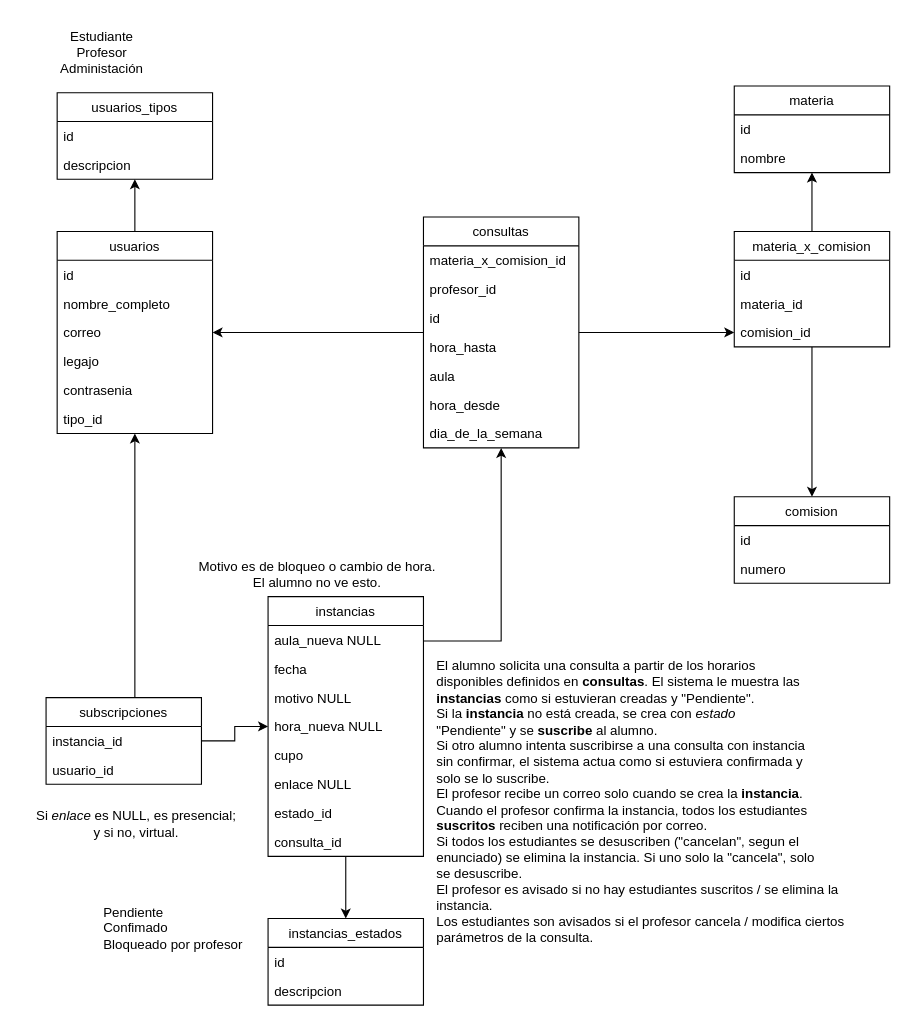
Earlier version of the draw.io diagram Diagrama de Dominio.drawio (c3r38r170/UTN-2022-Entornos-Gr-ficos-Grupo-1). Source tidied: cells renumbered, new cells numbered last; positions are measured from the earlier drawing's top-left corner, leaving out a move shared by most shapes. Both pictures are drawn from the tidied source at 111%, with x=0, y=0 at pixel (19, 19).
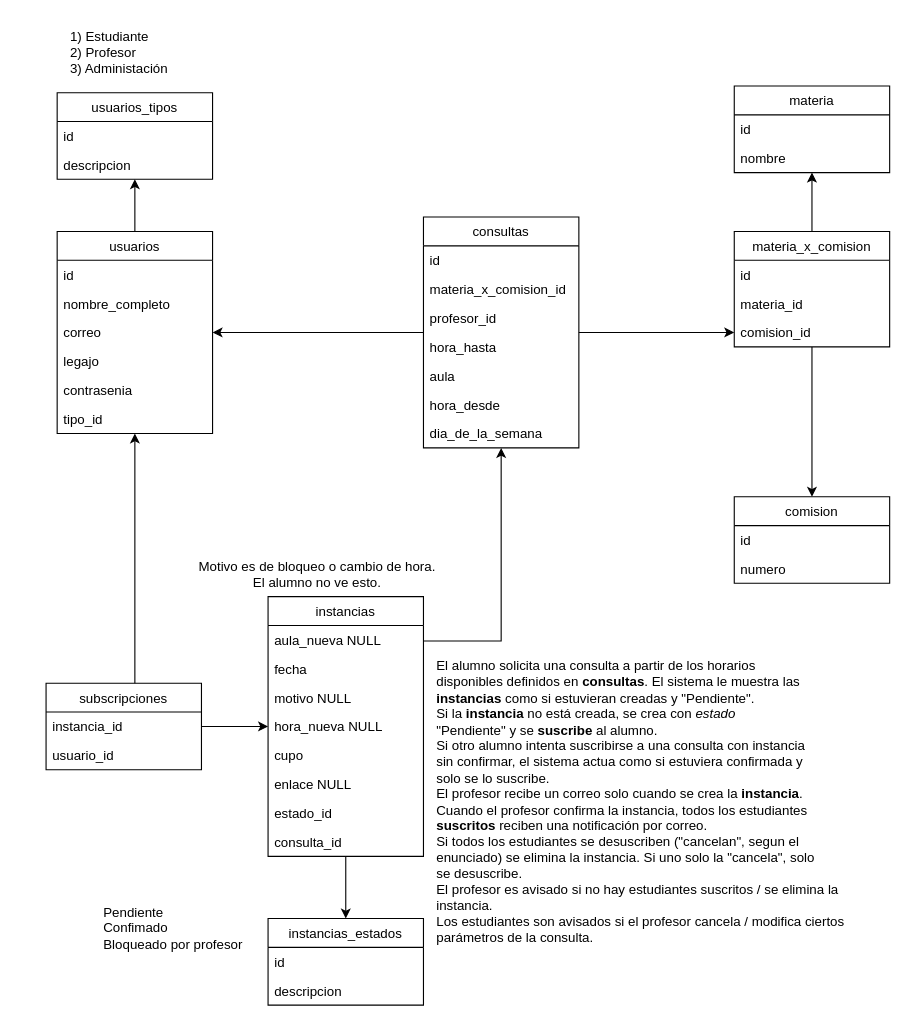
The same diagram, later.

Unchanged cells that the change refers to:
```xml
<mxCell id="27" value="consultas" style="swimlane;fontStyle=0;horizontal=1;startSize=26;fillColor=none;" parent="1" vertex="1">
  <mxGeometry x="364" y="178" width="140" height="208" as="geometry" />
</mxCell>
```

What changed in the source:
```diff
@@
+    <mxCell id="30" value="id" style="text;strokeColor=none;fillColor=none;align=left;verticalAlign=top;spacingLeft=4;spacingRight=4;overflow=hidden;" parent="27" vertex="1">
+      <mxGeometry y="26" width="140" height="26" as="geometry" />
+    </mxCell>
     <mxCell id="28" value="materia_x_comision_id" style="text;strokeColor=none;fillColor=none;align=left;verticalAlign=top;spacingLeft=4;spacingRight=4;overflow=hidden;" parent="27" vertex="1">
-      <mxGeometry y="26" width="140" height="26" as="geometry" />
+      <mxGeometry y="52" width="140" height="26" as="geometry" />
     </mxCell>
     <mxCell id="29" value="profesor_id" style="text;strokeColor=none;fillColor=none;align=left;verticalAlign=top;spacingLeft=4;spacingRight=4;overflow=hidden;" parent="27" vertex="1">
-      <mxGeometry y="52" width="140" height="26" as="geometry" />
+      <mxGeometry y="78" width="140" height="26" as="geometry" />
     </mxCell>
-    <mxCell id="30" value="id" style="text;strokeColor=none;fillColor=none;align=left;verticalAlign=top;spacingLeft=4;spacingRight=4;overflow=hidden;" parent="27" vertex="1">
-      <mxGeometry y="78" width="140" height="26" as="geometry" />
-    </mxCell>
@@
     <mxCell id="47" value="subscripciones" style="swimlane;fontStyle=0;horizontal=1;startSize=26;fillColor=none;" parent="1" vertex="1">
-      <mxGeometry x="24" y="611" width="140" height="78" as="geometry" />
+      <mxGeometry x="24" y="598" width="140" height="78" as="geometry" />
     </mxCell>
@@
-    <mxCell id="56" value="&lt;div&gt;Estudiante&lt;/div&gt;&lt;div&gt;Profesor&lt;/div&gt;&lt;div&gt;Administación&lt;br&gt;&lt;/div&gt;" style="text;html=1;align=center;verticalAlign=middle;strokeColor=none;fillColor=none;" parent="1" vertex="1">
-      <mxGeometry x="24" width="100" height="60" as="geometry" />
+    <mxCell id="56" value="1) Estudiante&lt;div&gt;2) Profesor&lt;/div&gt;&lt;div&gt;3) Administación&lt;br&gt;&lt;/div&gt;" style="text;html=1;align=left;verticalAlign=middle;strokeColor=none;fillColor=none;" parent="1" vertex="1">
+      <mxGeometry x="44" width="120" height="60" as="geometry" />
     </mxCell>
@@
-    <mxCell id="58" value="&lt;div&gt;Si &lt;i&gt;enlace &lt;/i&gt;es NULL, es presencial;&lt;/div&gt;&lt;div&gt;y si no, virtual.&lt;/div&gt;" style="text;html=1;align=center;verticalAlign=middle;strokeColor=none;fillColor=none;" parent="1" vertex="1">
-      <mxGeometry y="705" width="210" height="40" as="geometry" />
-    </mxCell>
```
